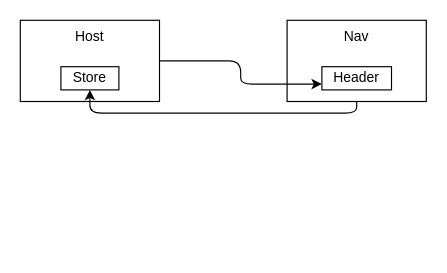
This is zustand/architecture.dio from ritsrivastava01/-MFE-StateManagement, a draw.io file, before an edit. Source tidied: cells renumbered, new cells numbered last; positions are measured from the earlier drawing's top-left corner, leaving out a move shared by most shapes. Both pictures are drawn from the tidied source at 116%, with x=0, y=0 at pixel (20, 20).
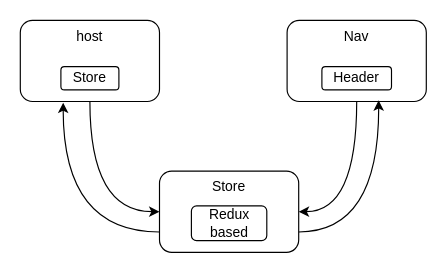
Above is the later version.

Change to the diagram source:
```diff
@@
 <mxGraphModel>
   <root>
     <mxCell id="0" />
     <mxCell id="1" parent="0" />
+    <mxCell id="8" style="edgeStyle=orthogonalEdgeStyle;html=1;exitX=0.5;exitY=1;exitDx=0;exitDy=0;entryX=0;entryY=0.5;entryDx=0;entryDy=0;curved=1;" parent="1" edge="1" source="2" target="12">
+      <mxGeometry relative="1" as="geometry" />
+    </mxCell>
-    <mxCell id="2" value="Host&lt;br&gt;" style="rounded=0;whiteSpace=wrap;html=1;verticalAlign=top;" parent="1" vertex="1">
+    <mxCell id="2" value="host" style="rounded=1;whiteSpace=wrap;html=1;verticalAlign=top;" parent="1" vertex="1">
       <mxGeometry width="120" height="70" as="geometry" />
     </mxCell>
-    <mxCell id="3" style="edgeStyle=orthogonalEdgeStyle;html=1;exitX=0.5;exitY=1;exitDx=0;exitDy=0;entryX=0.5;entryY=1;entryDx=0;entryDy=0;" parent="1" edge="1" source="4" target="6">
-      <mxGeometry relative="1" as="geometry" />
-    </mxCell>
+    <mxCell id="9" style="edgeStyle=orthogonalEdgeStyle;html=1;exitX=0.5;exitY=1;exitDx=0;exitDy=0;entryX=1;entryY=0.5;entryDx=0;entryDy=0;curved=1;" parent="1" edge="1" source="4" target="12">
+      <mxGeometry relative="1" as="geometry" />
+    </mxCell>
-    <mxCell id="4" value="Nav" style="rounded=0;whiteSpace=wrap;html=1;horizontal=1;verticalAlign=top;" parent="1" vertex="1">
+    <mxCell id="4" value="Nav" style="rounded=1;whiteSpace=wrap;html=1;horizontal=1;verticalAlign=top;" parent="1" vertex="1">
       <mxGeometry x="230" width="120" height="70" as="geometry" />
     </mxCell>
-    <mxCell id="5" value="Header&lt;br&gt;" style="rounded=0;whiteSpace=wrap;html=1;" parent="1" vertex="1">
+    <mxCell id="5" value="Header&lt;br&gt;" style="rounded=1;whiteSpace=wrap;html=1;" parent="1" vertex="1">
       <mxGeometry x="260" y="40" width="60" height="20" as="geometry" />
     </mxCell>
-    <mxCell id="6" value="Store" style="rounded=0;whiteSpace=wrap;html=1;" parent="1" vertex="1">
+    <mxCell id="6" value="Store" style="rounded=1;whiteSpace=wrap;html=1;" parent="1" vertex="1">
       <mxGeometry x="35" y="40" width="50" height="20" as="geometry" />
     </mxCell>
-    <mxCell id="7" style="edgeStyle=orthogonalEdgeStyle;html=1;exitX=1;exitY=0.5;exitDx=0;exitDy=0;entryX=0;entryY=0.75;entryDx=0;entryDy=0;" parent="1" edge="1" source="2" target="5">
-      <mxGeometry relative="1" as="geometry" />
-    </mxCell>
+    <mxCell id="10" style="edgeStyle=orthogonalEdgeStyle;html=1;exitX=1;exitY=0.75;exitDx=0;exitDy=0;entryX=0.658;entryY=0.986;entryDx=0;entryDy=0;entryPerimeter=0;curved=1;" parent="1" edge="1" source="12" target="4">
+      <mxGeometry relative="1" as="geometry" />
+    </mxCell>
+    <mxCell id="11" style="edgeStyle=orthogonalEdgeStyle;html=1;exitX=0;exitY=0.75;exitDx=0;exitDy=0;entryX=0.308;entryY=1.014;entryDx=0;entryDy=0;entryPerimeter=0;curved=1;" parent="1" edge="1" source="12" target="2">
+      <mxGeometry relative="1" as="geometry" />
+    </mxCell>
+    <mxCell id="12" value="Store" style="rounded=1;whiteSpace=wrap;html=1;verticalAlign=top;" parent="1" vertex="1">
+      <mxGeometry x="120" y="130" width="120" height="70" as="geometry" />
+    </mxCell>
+    <mxCell id="13" value="Redux based" style="rounded=1;whiteSpace=wrap;html=1;" parent="1" vertex="1">
+      <mxGeometry x="147.5" y="160" width="65" height="30" as="geometry" />
+    </mxCell>
   </root>
 </mxGraphModel>
```
